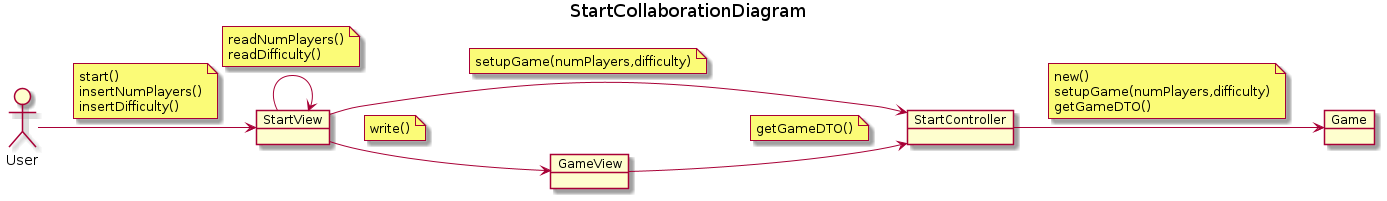
Earlier version of the PlantUML export docs/output/analysis/use-cases/StartCollaborationDiagram.png (Master-Desarrollo-20-21/patrones-diseno---practica-final---juego-de-las-damas-fraylopez).
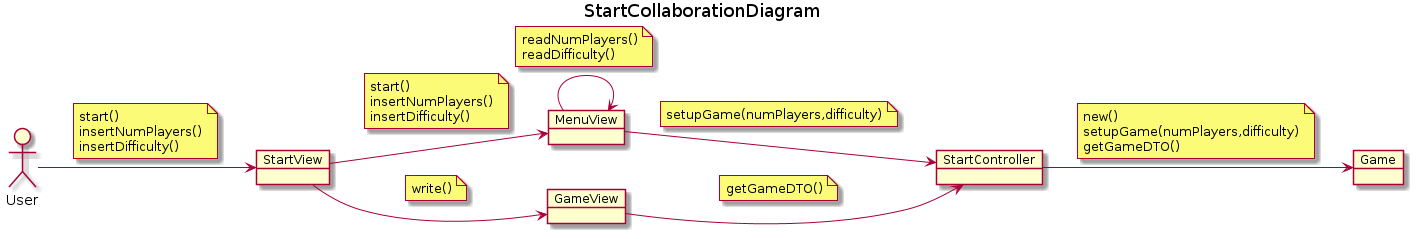
The same file after the commit.

What changed in the source:
```diff
@@ -9,6 +9,7 @@
 object  StartController
 object Game
 object StartView
+object MenuView
 object GameView
 
 
@@ -18,14 +19,20 @@
     insertNumPlayers()
     insertDifficulty()
 end note
-StartView --> StartView
+StartView --> MenuView
+note on link
+    start()
+    insertNumPlayers()
+    insertDifficulty()
+end note
+MenuView --> MenuView
 note on link
     readNumPlayers()
     readDifficulty()
 end note
 
 
-StartView --> StartController
+MenuView --> StartController
 note on link
     setupGame(numPlayers,difficulty)
 end note
```
